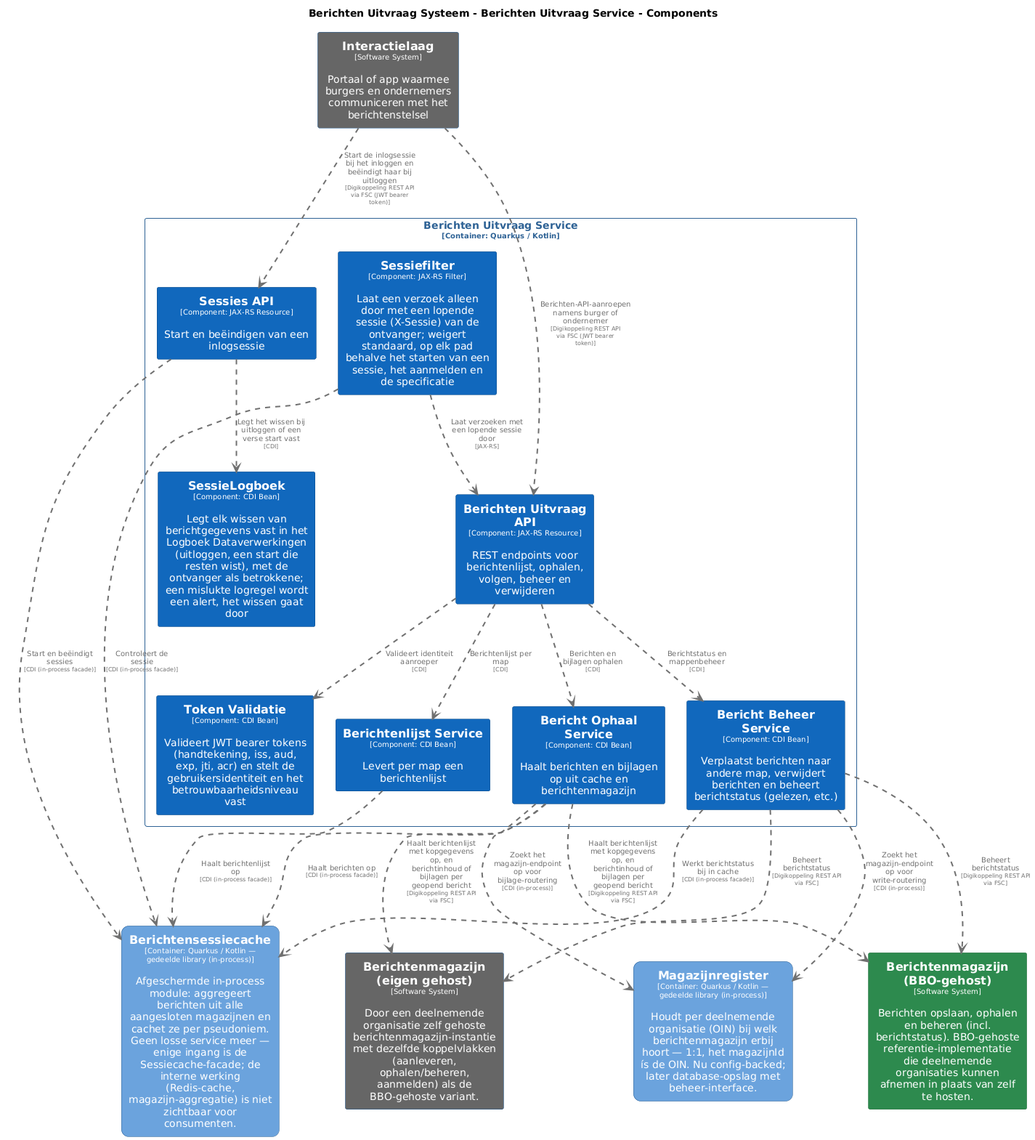
Earlier version of the PlantUML export pr-preview/pr-422/master/png/BerichtenUitvraagServiceComponenten.png (MinBZK/moza-poc-fbs-berichtenbox).
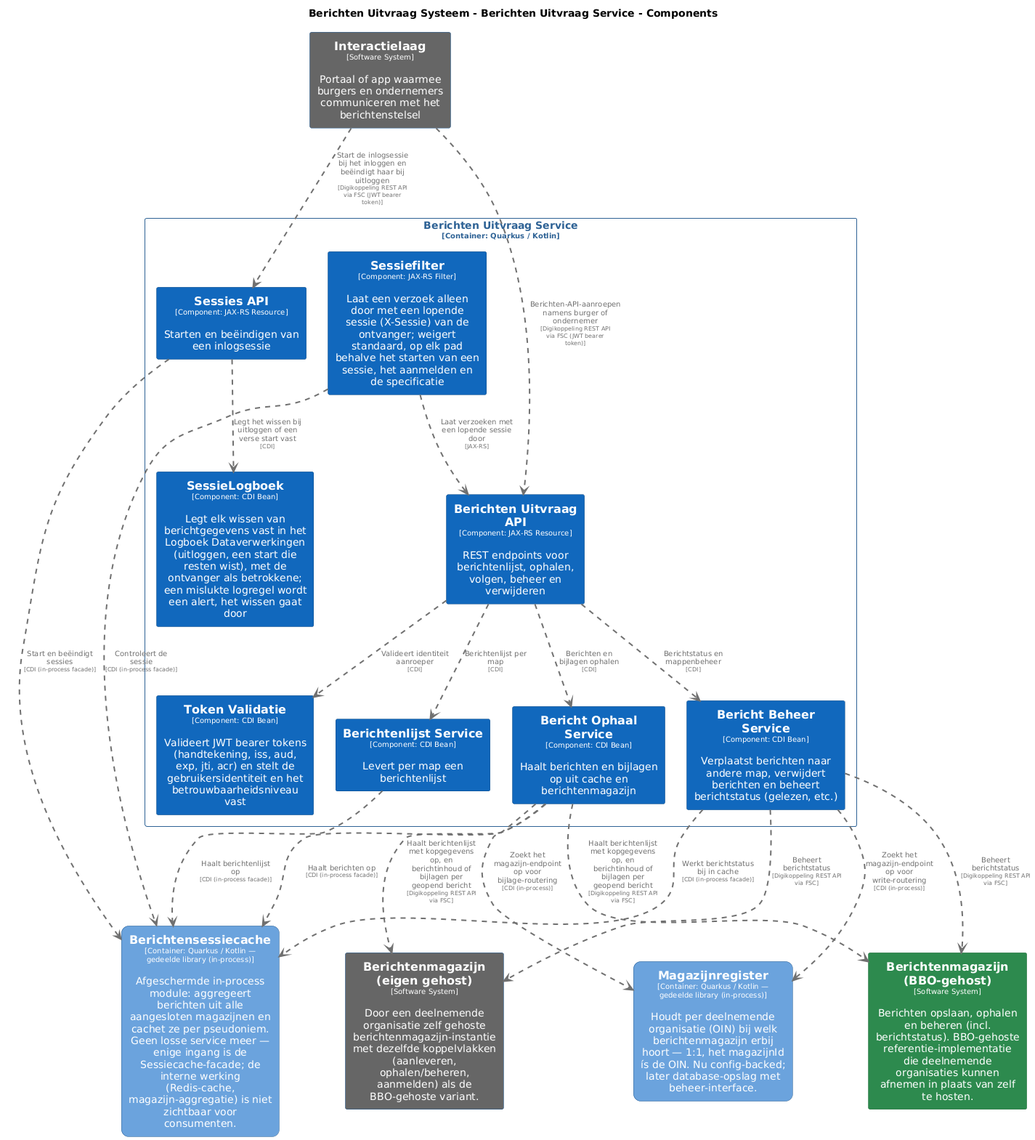
Later version of the same file.

Diff of the diagram source:
```diff
@@ -114,7 +114,7 @@
   rectangle "==Bericht Ophaal Service\n<size:10>[Component: CDI Bean]</size>\n\nHaalt berichten en bijlagen op uit cache en berichtenmagazijn" <<BerichtenUitvraagSysteem.BerichtenUitvraagService.BerichtOphaalService>> as BerichtenUitvraagSysteem.BerichtenUitvraagService.BerichtOphaalService
   rectangle "==Bericht Beheer Service\n<size:10>[Component: CDI Bean]</size>\n\nVerplaatst berichten naar andere map, verwijdert berichten en beheert berichtstatus (gelezen, etc.)" <<BerichtenUitvraagSysteem.BerichtenUitvraagService.BerichtBeheerService>> as BerichtenUitvraagSysteem.BerichtenUitvraagService.BerichtBeheerService
   rectangle "==Sessiefilter\n<size:10>[Component: JAX-RS Filter]</size>\n\nLaat een verzoek alleen door met een lopende sessie (X-Sessie) van de ontvanger; weigert standaard, op elk pad behalve het starten van een sessie, het aanmelden en de specificatie" <<BerichtenUitvraagSysteem.BerichtenUitvraagService.Sessiefilter>> as BerichtenUitvraagSysteem.BerichtenUitvraagService.Sessiefilter
-  rectangle "==Sessies API\n<size:10>[Component: JAX-RS Resource]</size>\n\nStart en beëindigen van een inlogsessie" <<BerichtenUitvraagSysteem.BerichtenUitvraagService.SessiesAPI>> as BerichtenUitvraagSysteem.BerichtenUitvraagService.SessiesAPI
+  rectangle "==Sessies API\n<size:10>[Component: JAX-RS Resource]</size>\n\nStarten en beëindigen van een inlogsessie" <<BerichtenUitvraagSysteem.BerichtenUitvraagService.SessiesAPI>> as BerichtenUitvraagSysteem.BerichtenUitvraagService.SessiesAPI
   rectangle "==SessieLogboek\n<size:10>[Component: CDI Bean]</size>\n\nLegt elk wissen van berichtgegevens vast in het Logboek Dataverwerkingen (uitloggen, een start die resten wist), met de ontvanger als betrokkene; een mislukte logregel wordt een alert, het wissen gaat door" <<BerichtenUitvraagSysteem.BerichtenUitvraagService.SessieLogboek>> as BerichtenUitvraagSysteem.BerichtenUitvraagService.SessieLogboek
 }
 
```
